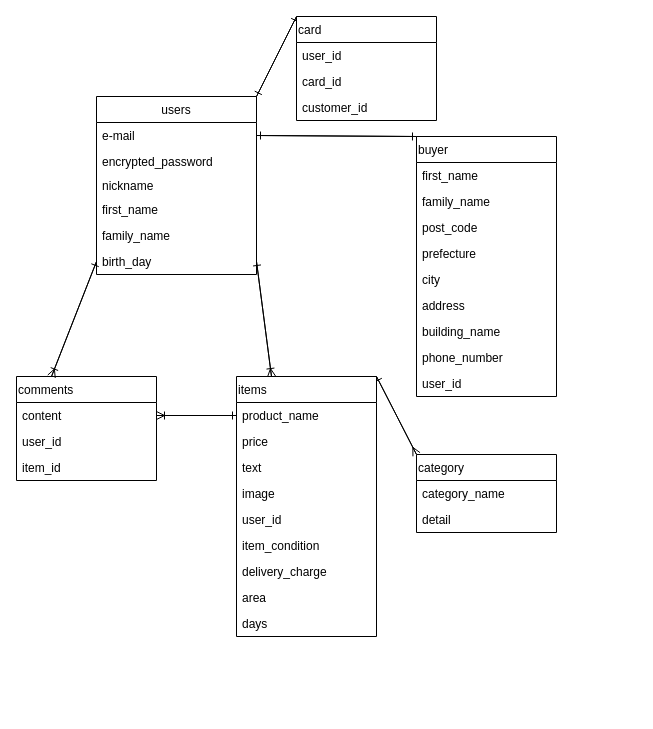
Above: furuma.dio in oraiber/furima-37233 (draw.io), before the change. Source tidied: cells renumbered, new cells numbered last; positions are measured from the earlier drawing's top-left corner, leaving out a move shared by most shapes. Both pictures are drawn from the tidied source at 100%, with x=0, y=0 at pixel (16, 16).
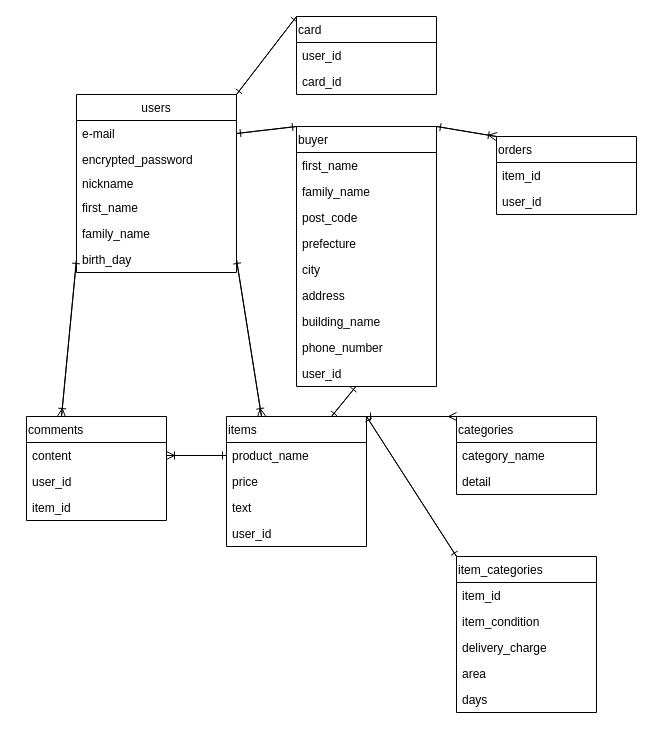
The same page after the edit.

Commit message (it also covers changes not shown here):
テーブル設計_2

Unchanged cells that the change refers to:
```xml
<mxCell id="12" value="content" style="text;strokeColor=none;fillColor=none;align=left;verticalAlign=top;spacingLeft=4;spacingRight=4;overflow=hidden;points=[[0,0.5],[1,0.5]];portConstraint=eastwest;" parent="11" vertex="1">
  <mxGeometry y="26" width="140" height="26" as="geometry" />
</mxCell>
<mxCell id="18" value="product_name" style="text;strokeColor=none;fillColor=none;align=left;verticalAlign=top;spacingLeft=4;spacingRight=4;overflow=hidden;points=[[0,0.5],[1,0.5]];portConstraint=eastwest;" parent="17" vertex="1">
  <mxGeometry y="26" width="140" height="26" as="geometry" />
</mxCell>
<mxCell id="46" value="user_id" style="text;strokeColor=none;fillColor=none;align=left;verticalAlign=top;spacingLeft=4;spacingRight=4;overflow=hidden;points=[[0,0.5],[1,0.5]];portConstraint=eastwest;" parent="37" vertex="1">
  <mxGeometry y="234" width="140" height="26" as="geometry" />
</mxCell>
```

Diff of the diagram source:
```diff
@@
     <mxCell id="3" value="users" style="swimlane;fontStyle=0;horizontal=1;startSize=26;align=center;verticalAlign=middle;" parent="1" vertex="1">
-      <mxGeometry x="80" y="80" width="160" height="178" as="geometry" />
+      <mxGeometry x="60" y="78" width="160" height="178" as="geometry" />
     </mxCell>
@@
     <mxCell id="11" value="comments" style="swimlane;fontStyle=0;horizontal=1;startSize=26;align=left;verticalAlign=middle;" parent="1" vertex="1">
-      <mxGeometry y="360" width="140" height="104" as="geometry" />
+      <mxGeometry x="10" y="400" width="140" height="104" as="geometry" />
     </mxCell>
@@
+    <mxCell id="52" style="edgeStyle=none;html=1;exitX=0.75;exitY=0;exitDx=0;exitDy=0;endArrow=ERone;endFill=0;" parent="1" edge="1" source="17" target="46">
+      <mxGeometry relative="1" as="geometry" />
+    </mxCell>
     <mxCell id="17" value="items" style="swimlane;fontStyle=0;horizontal=1;startSize=26;align=left;verticalAlign=middle;" parent="1" vertex="1">
-      <mxGeometry x="220" y="360" width="140" height="260" as="geometry" />
+      <mxGeometry x="210" y="400" width="140" height="130" as="geometry" />
     </mxCell>
@@
-    <mxCell id="21" value="image" style="text;strokeColor=none;fillColor=none;align=left;verticalAlign=top;spacingLeft=4;spacingRight=4;overflow=hidden;" parent="17" vertex="1">
-      <mxGeometry y="104" width="140" height="26" as="geometry" />
-    </mxCell>
     <mxCell id="22" value="user_id" style="text;strokeColor=none;fillColor=none;align=left;verticalAlign=top;spacingLeft=4;spacingRight=4;overflow=hidden;" parent="17" vertex="1">
-      <mxGeometry y="130" width="140" height="26" as="geometry" />
+      <mxGeometry y="104" width="140" height="26" as="geometry" />
     </mxCell>
-    <mxCell id="23" value="item_condition" style="text;strokeColor=none;fillColor=none;align=left;verticalAlign=top;spacingLeft=4;spacingRight=4;overflow=hidden;" parent="17" vertex="1">
-      <mxGeometry y="156" width="140" height="26" as="geometry" />
-    </mxCell>
-    <mxCell id="24" value="delivery_charge" style="text;strokeColor=none;fillColor=none;align=left;verticalAlign=top;spacingLeft=4;spacingRight=4;overflow=hidden;" parent="17" vertex="1">
-      <mxGeometry y="182" width="140" height="26" as="geometry" />
-    </mxCell>
-    <mxCell id="25" value="area" style="text;strokeColor=none;fillColor=none;align=left;verticalAlign=top;spacingLeft=4;spacingRight=4;overflow=hidden;" parent="17" vertex="1">
-      <mxGeometry y="208" width="140" height="26" as="geometry" />
-    </mxCell>
-    <mxCell id="26" value="days" style="text;strokeColor=none;fillColor=none;align=left;verticalAlign=top;spacingLeft=4;spacingRight=4;overflow=hidden;" parent="17" vertex="1">
-      <mxGeometry y="234" width="140" height="26" as="geometry" />
-    </mxCell>
-    <mxCell id="27" style="edgeStyle=none;html=1;exitX=0;exitY=0.5;exitDx=0;exitDy=0;entryX=1;entryY=0.5;entryDx=0;entryDy=0;endArrow=ERoneToMany;endFill=0;" parent="1" edge="1" source="18">
-      <mxGeometry relative="1" as="geometry">
-        <mxPoint x="140" y="399" as="targetPoint" />
-      </mxGeometry>
+    <mxCell id="27" style="edgeStyle=none;html=1;exitX=0;exitY=0.5;exitDx=0;exitDy=0;entryX=1;entryY=0.5;entryDx=0;entryDy=0;endArrow=ERoneToMany;endFill=0;" parent="1" edge="1" source="18" target="12">
+      <mxGeometry relative="1" as="geometry" />
     </mxCell>
@@
     <mxCell id="32" value="card" style="swimlane;fontStyle=0;horizontal=1;startSize=26;align=left;verticalAlign=middle;" parent="1" vertex="1">
-      <mxGeometry x="280" width="140" height="104" as="geometry" />
+      <mxGeometry x="280" width="140" height="78" as="geometry" />
     </mxCell>
@@
-    <mxCell id="35" value="customer_id" style="text;strokeColor=none;fillColor=none;align=left;verticalAlign=top;spacingLeft=4;spacingRight=4;overflow=hidden;" parent="32" vertex="1">
-      <mxGeometry y="78" width="140" height="26" as="geometry" />
-    </mxCell>
@@
+    <mxCell id="53" style="edgeStyle=none;html=1;exitX=1;exitY=0;exitDx=0;exitDy=0;entryX=0;entryY=0;entryDx=0;entryDy=0;endArrow=ERoneToMany;endFill=0;" parent="1" edge="1" source="37" target="58">
+      <mxGeometry relative="1" as="geometry" />
+    </mxCell>
     <mxCell id="37" value="buyer" style="swimlane;fontStyle=0;horizontal=1;startSize=26;align=left;verticalAlign=middle;" parent="1" vertex="1">
-      <mxGeometry x="400" y="120" width="140" height="260" as="geometry" />
+      <mxGeometry x="280" y="110" width="140" height="260" as="geometry" />
     </mxCell>
@@
-    <mxCell id="48" value="category" style="swimlane;fontStyle=0;horizontal=1;startSize=26;align=left;verticalAlign=middle;" parent="1" vertex="1">
-      <mxGeometry x="400" y="438" width="140" height="78" as="geometry" />
+    <mxCell id="48" value="categories" style="swimlane;fontStyle=0;horizontal=1;startSize=26;align=left;verticalAlign=middle;" parent="1" vertex="1">
+      <mxGeometry x="440" y="400" width="140" height="78" as="geometry" />
     </mxCell>
@@
+    <mxCell id="54" value="item_categories" style="swimlane;fontStyle=0;horizontal=1;startSize=26;align=left;verticalAlign=middle;" parent="1" vertex="1">
+      <mxGeometry x="440" y="540" width="140" height="156" as="geometry" />
+    </mxCell>
+    <mxCell id="23" value="item_id" style="text;strokeColor=none;fillColor=none;align=left;verticalAlign=top;spacingLeft=4;spacingRight=4;overflow=hidden;" parent="54" vertex="1">
+      <mxGeometry y="26" width="140" height="26" as="geometry" />
+    </mxCell>
+    <mxCell id="55" value="item_condition" style="text;strokeColor=none;fillColor=none;align=left;verticalAlign=top;spacingLeft=4;spacingRight=4;overflow=hidden;" parent="54" vertex="1">
+      <mxGeometry y="52" width="140" height="26" as="geometry" />
+    </mxCell>
+    <mxCell id="24" value="delivery_charge" style="text;strokeColor=none;fillColor=none;align=left;verticalAlign=top;spacingLeft=4;spacingRight=4;overflow=hidden;" parent="54" vertex="1">
+      <mxGeometry y="78" width="140" height="26" as="geometry" />
+    </mxCell>
+    <mxCell id="25" value="area" style="text;strokeColor=none;fillColor=none;align=left;verticalAlign=top;spacingLeft=4;spacingRight=4;overflow=hidden;" parent="54" vertex="1">
+      <mxGeometry y="104" width="140" height="26" as="geometry" />
+    </mxCell>
+    <mxCell id="26" value="days" style="text;strokeColor=none;fillColor=none;align=left;verticalAlign=top;spacingLeft=4;spacingRight=4;overflow=hidden;" parent="54" vertex="1">
+      <mxGeometry y="130" width="140" height="26" as="geometry" />
+    </mxCell>
+    <mxCell id="56" style="edgeStyle=none;html=1;entryX=0.75;entryY=0;entryDx=0;entryDy=0;endArrow=ERone;endFill=0;" parent="1" edge="1" source="46" target="17">
+      <mxGeometry relative="1" as="geometry" />
+    </mxCell>
+    <mxCell id="57" style="edgeStyle=none;html=1;exitX=0;exitY=0;exitDx=0;exitDy=0;entryX=1;entryY=0;entryDx=0;entryDy=0;endArrow=ERone;endFill=0;" parent="1" edge="1" source="58" target="37">
+      <mxGeometry relative="1" as="geometry" />
+    </mxCell>
+    <mxCell id="58" value="orders" style="swimlane;fontStyle=0;horizontal=1;startSize=26;align=left;verticalAlign=middle;" parent="1" vertex="1">
+      <mxGeometry x="480" y="120" width="140" height="78" as="geometry" />
+    </mxCell>
+    <mxCell id="59" value="item_id" style="text;strokeColor=none;fillColor=none;align=left;verticalAlign=top;spacingLeft=4;spacingRight=4;overflow=hidden;" parent="58" vertex="1">
+      <mxGeometry y="26" width="140" height="26" as="geometry" />
+    </mxCell>
+    <mxCell id="60" value="user_id" style="text;strokeColor=none;fillColor=none;align=left;verticalAlign=top;spacingLeft=4;spacingRight=4;overflow=hidden;" parent="58" vertex="1">
+      <mxGeometry y="52" width="140" height="26" as="geometry" />
+    </mxCell>
+    <mxCell id="61" style="edgeStyle=none;html=1;exitX=0;exitY=0;exitDx=0;exitDy=0;entryX=1;entryY=0;entryDx=0;entryDy=0;endArrow=ERone;endFill=0;" parent="1" edge="1" source="54" target="17">
+      <mxGeometry relative="1" as="geometry" />
+    </mxCell>
+    <mxCell id="62" style="edgeStyle=none;html=1;exitX=1;exitY=0;exitDx=0;exitDy=0;entryX=0;entryY=0;entryDx=0;entryDy=0;endArrow=ERone;endFill=0;" parent="1" edge="1" source="17" target="54">
+      <mxGeometry relative="1" as="geometry" />
+    </mxCell>
```
